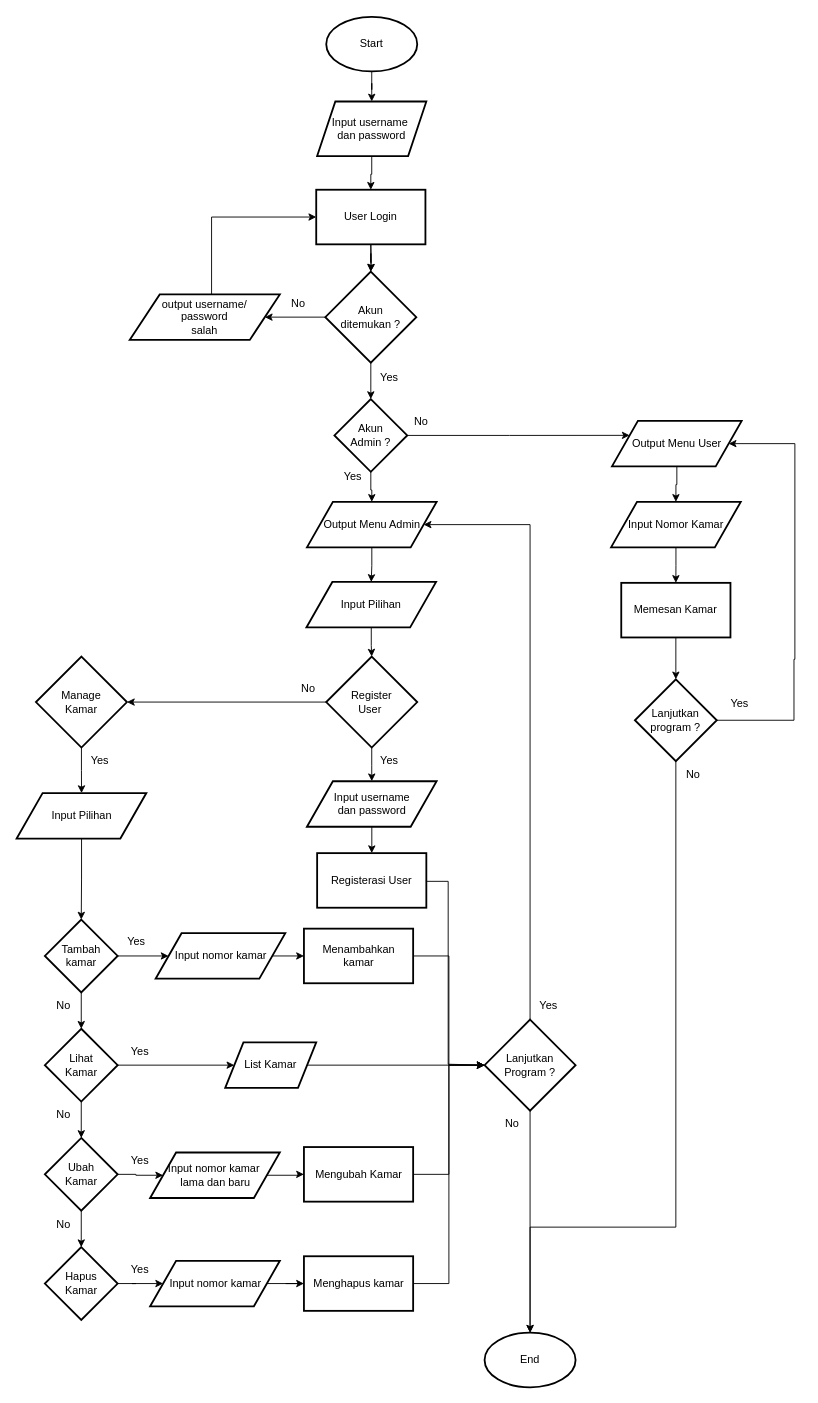
ORU25/Praktikum-APD keeps this draw.io diagram as Post-Test/Post-Test-5/2409106005_MuhammadHaykalMakhmud_POSTTEST5.drawio. Above is the earlier version. Source tidied: cells renumbered, new cells numbered last; positions are measured from the earlier drawing's top-left corner, leaving out a move shared by most shapes. Both pictures are drawn from the tidied source at 91%, with x=0, y=0 at pixel (16, 16).
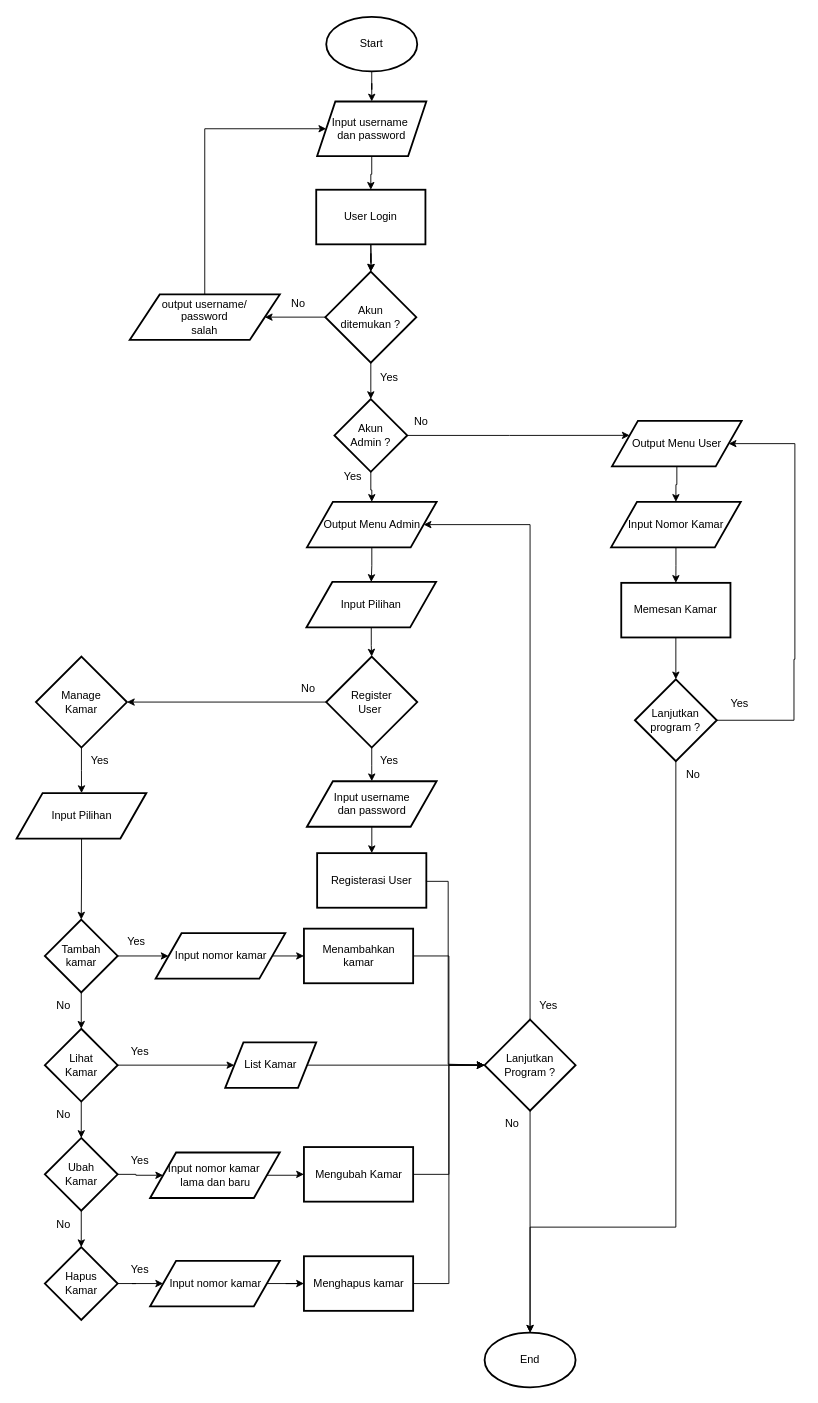
The same page after the edit.

Commit message (it also covers changes not shown here):
update flowchart posttest 5

Unchanged cells that the change refers to:
```xml
<mxCell id="10" value="User Login" style="whiteSpace=wrap;html=1;strokeWidth=2;" parent="1" vertex="1">
  <mxGeometry x="329" y="190" width="120" height="60" as="geometry" />
</mxCell>
<mxCell id="13" value="output username/&lt;div&gt;password&lt;div&gt;salah&lt;/div&gt;&lt;/div&gt;" style="shape=parallelogram;perimeter=parallelogramPerimeter;whiteSpace=wrap;html=1;dashed=0;shadow=0;fontStyle=0;labelBorderColor=none;labelBackgroundColor=none;strokeColor=default;strokeWidth=2;align=center;verticalAlign=middle;fontFamily=Helvetica;fontSize=12;fontColor=default;fillColor=default;" parent="1" vertex="1">
  <mxGeometry x="124" y="305" width="165" height="50" as="geometry" />
</mxCell>
<mxCell id="73" value="Input username&amp;nbsp;&lt;div&gt;dan password&lt;/div&gt;" style="shape=parallelogram;perimeter=parallelogramPerimeter;whiteSpace=wrap;html=1;fixedSize=1;strokeColor=default;strokeWidth=2;align=center;verticalAlign=middle;fontFamily=Helvetica;fontSize=12;fontColor=default;fillColor=default;" parent="1" vertex="1">
  <mxGeometry x="330" y="93" width="120" height="60" as="geometry" />
</mxCell>
```

Change to the diagram source:
```diff
@@
-    <mxCell id="12" style="edgeStyle=orthogonalEdgeStyle;rounded=0;jettySize=auto;html=1;entryX=0;entryY=0.5;entryDx=0;entryDy=0;" parent="1" edge="1" source="13" target="10">
-      <mxGeometry relative="1" as="geometry">
-        <Array as="points">
-          <mxPoint x="214" y="220" />
-        </Array>
-      </mxGeometry>
-    </mxCell>
+    <mxCell id="88" style="edgeStyle=orthogonalEdgeStyle;rounded=0;jettySize=auto;html=1;exitX=0.5;exitY=0;exitDx=0;exitDy=0;entryX=0;entryY=0.5;entryDx=0;entryDy=0;" parent="1" edge="1" source="13" target="73">
+      <mxGeometry relative="1" as="geometry">
+        <Array as="points">
+          <mxPoint x="207" y="123" />
+        </Array>
+      </mxGeometry>
+    </mxCell>
```
